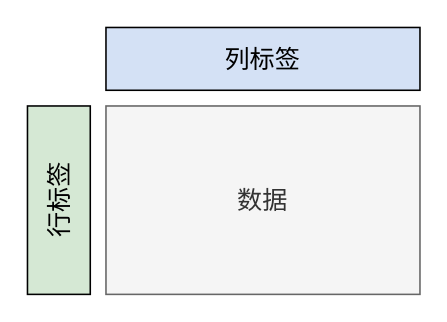
This is drawio/ch-dask-dataframe/dataframe-model.drawio from godaai/scale-py-zh, a draw.io file, before an edit. Source tidied: cells renumbered, new cells numbered last; positions are measured from the earlier drawing's top-left corner, leaving out a move shared by most shapes. Both pictures are drawn from the tidied source at 157%, with x=0, y=0 at pixel (27, 27).
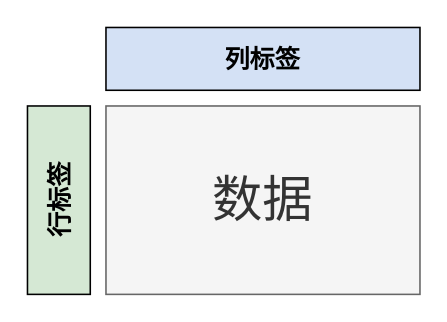
The same diagram, later.

The edit, as a diff of the source:
```diff
@@
 <mxGraphModel>
   <root>
     <mxCell id="0" />
     <mxCell id="1" parent="0" />
-    <mxCell id="2" value="&lt;span style=&quot;font-size: 16px;&quot;&gt;&lt;font style=&quot;font-size: 16px;&quot;&gt;数据&lt;/font&gt;&lt;/span&gt;" style="rounded=0;whiteSpace=wrap;html=1;fillColor=#f5f5f5;fontColor=#333333;strokeColor=#666666;fontFamily=SimSun;fontSize=16;" parent="1" vertex="1">
+    <mxCell id="2" value="&lt;font style=&quot;font-size: 32px;&quot;&gt;数据&lt;/font&gt;" style="rounded=0;whiteSpace=wrap;html=1;fillColor=#f5f5f5;fontColor=#333333;strokeColor=#666666;fontFamily=SimSun;fontSize=16;" parent="1" vertex="1">
       <mxGeometry x="50" y="50" width="200" height="120" as="geometry" />
     </mxCell>
-    <mxCell id="3" value="行标签" style="rounded=0;whiteSpace=wrap;html=1;fillColor=#D5E8D4;fontFamily=SimSun;fontSize=16;horizontal=0;" parent="1" vertex="1">
+    <mxCell id="3" value="&lt;b&gt;&lt;font face=&quot;Helvetica&quot;&gt;行标签&lt;/font&gt;&lt;/b&gt;" style="rounded=0;whiteSpace=wrap;html=1;fillColor=#D5E8D4;fontFamily=SimSun;fontSize=16;horizontal=0;" parent="1" vertex="1">
       <mxGeometry y="50" width="40" height="120" as="geometry" />
     </mxCell>
     <mxCell id="4" style="rounded=0;whiteSpace=wrap;html=1;fillColor=#D4E1F5;" parent="1" vertex="1">
       <mxGeometry x="50" width="200" height="40" as="geometry" />
     </mxCell>
-    <mxCell id="5" value="列标签" style="text;html=1;strokeColor=none;fillColor=none;align=center;verticalAlign=middle;whiteSpace=wrap;rounded=0;fontFamily=SimSun;fontSize=16;" parent="1" vertex="1">
+    <mxCell id="5" value="&lt;b&gt;&lt;font face=&quot;Helvetica&quot;&gt;列标签&lt;/font&gt;&lt;/b&gt;" style="text;html=1;strokeColor=none;fillColor=none;align=center;verticalAlign=middle;whiteSpace=wrap;rounded=0;fontFamily=SimSun;fontSize=16;" parent="1" vertex="1">
       <mxGeometry x="110" y="5" width="80" height="30" as="geometry" />
     </mxCell>
   </root>
 </mxGraphModel>
```
